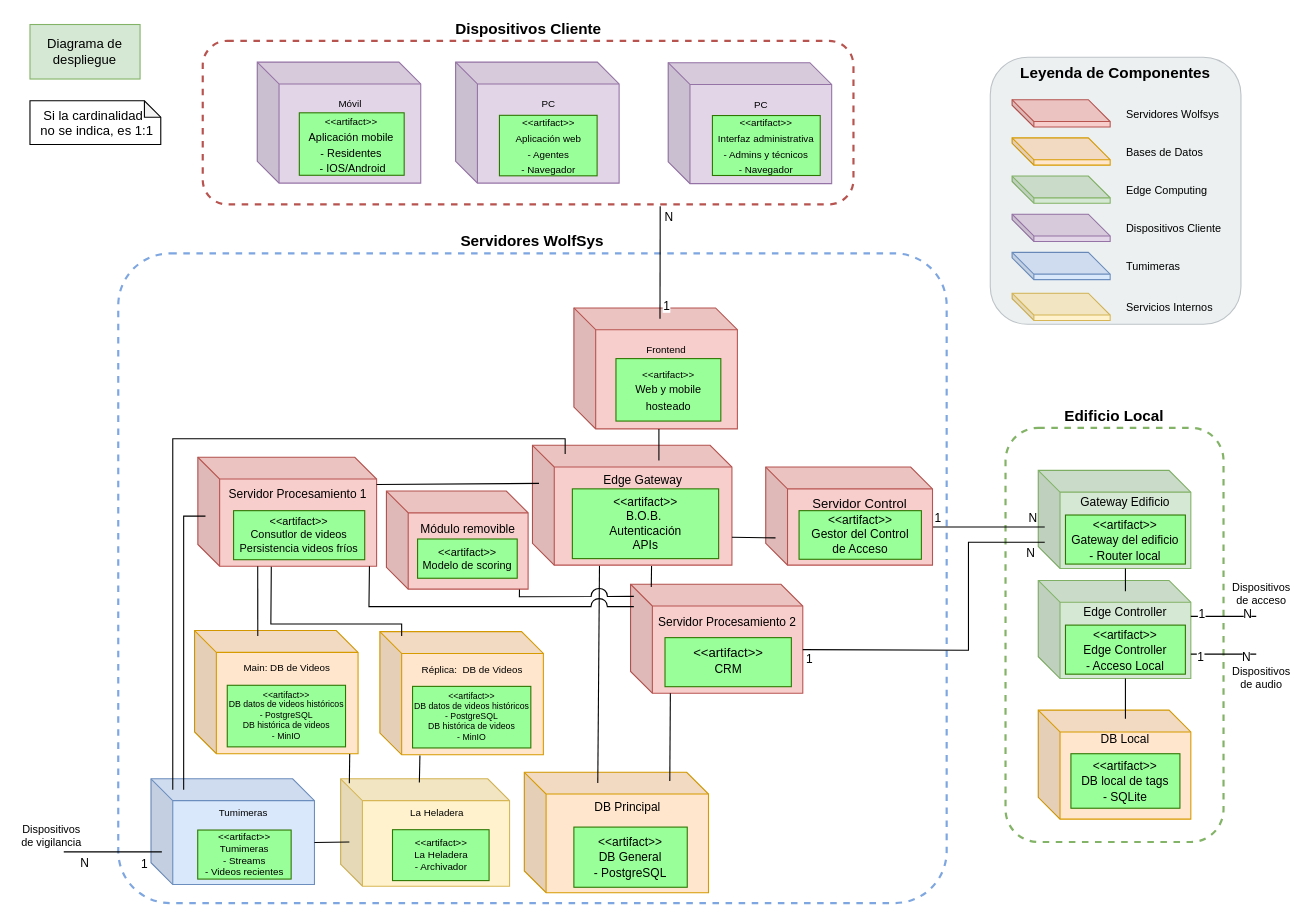
Before: Documentación de la arquitectura/Diagramas/Editables-drawio/Diagrama-de-despliegue.drawio in LIMoreno04/Caso-de-estudio---WolfSys---Arquitectura, a draw.io diagram. Source tidied: cells renumbered, new cells numbered last; positions are measured from the earlier drawing's top-left corner, leaving out a move shared by most shapes. Both pictures are drawn from the tidied source at 109%, with x=0, y=0 at pixel (19, 24).
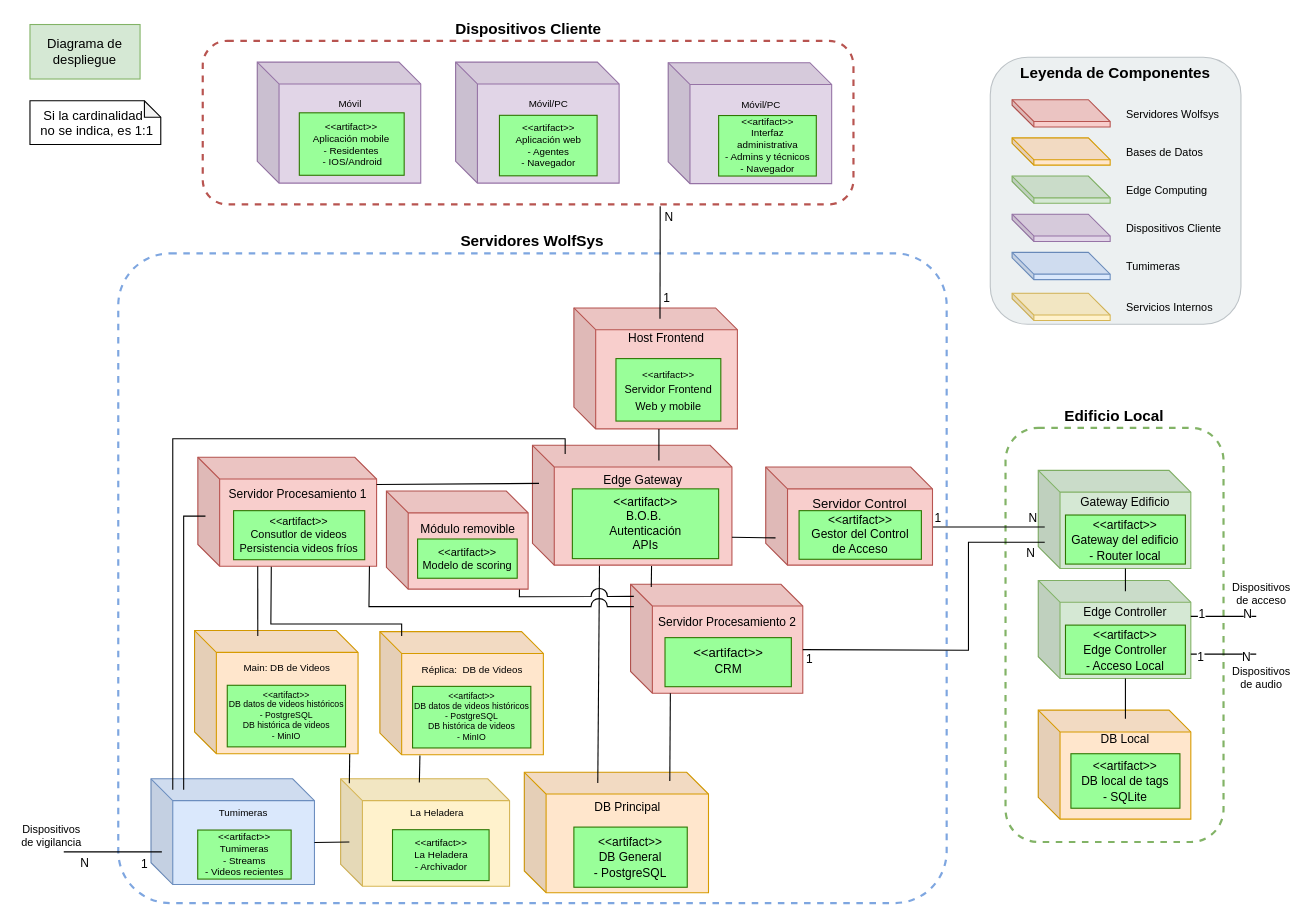
After the change.

Unchanged cells that the change refers to:
```xml
<mxCell id="68" style="group;verticalAlign=bottom;labelPosition=center;verticalLabelPosition=top;align=center;" parent="1" vertex="1">
  <mxGeometry x="218.5" y="34.5" width="150" height="111" as="geometry" />
</mxCell>
<mxCell id="92" style="group;verticalAlign=bottom;labelPosition=center;verticalLabelPosition=top;align=center;" parent="1" vertex="1">
  <mxGeometry x="400.5" y="34.5" width="150" height="111" as="geometry" />
</mxCell>
<mxCell id="95" style="group;verticalAlign=bottom;labelPosition=center;verticalLabelPosition=top;align=center;" parent="1" vertex="1">
  <mxGeometry x="595.5" y="35" width="150" height="111" as="geometry" />
</mxCell>
<mxCell id="98" style="group;verticalAlign=bottom;labelPosition=center;verticalLabelPosition=top;align=center;" parent="1" vertex="1">
  <mxGeometry x="509" y="260" width="150" height="111" as="geometry" />
</mxCell>
<mxCell id="101" style="endArrow=none;html=1;rounded=0;entryX=0.703;entryY=1.011;entryDx=0;entryDy=0;entryPerimeter=0;" parent="1" edge="1" target="7">
  <mxGeometry relative="1" as="geometry">
    <mxPoint x="588" y="270" as="sourcePoint" />
  </mxGeometry>
</mxCell>
```

What changed in the source:
```diff
@@
-    <mxCell id="70" value="&lt;span style=&quot;font-size: 9px;&quot;&gt;&amp;lt;&amp;lt;artifact&amp;gt;&amp;gt;&lt;/span&gt;&lt;br style=&quot;font-size: 9px;&quot;&gt;&lt;font size=&quot;1&quot;&gt;Aplicación mobile&lt;/font&gt;&lt;br style=&quot;font-size: 9px;&quot;&gt;&lt;font size=&quot;1&quot;&gt;- Residentes&lt;/font&gt;&lt;div&gt;&lt;font size=&quot;1&quot;&gt;&amp;nbsp;- IOS/Android&lt;/font&gt;&lt;/div&gt;" style="rounded=0;whiteSpace=wrap;html=1;fillColor=#99FF99;fontColor=#000000;strokeColor=#2D7600;" parent="68" vertex="1">
+    <mxCell id="70" value="&lt;font&gt;&amp;lt;&amp;lt;artifact&amp;gt;&amp;gt;&lt;br&gt;Aplicación mobile&lt;br&gt;- Residentes&lt;/font&gt;&lt;div&gt;&lt;font&gt;&amp;nbsp;- IOS/Android&lt;/font&gt;&lt;/div&gt;" style="rounded=0;whiteSpace=wrap;html=1;fillColor=#99FF99;fontColor=#000000;strokeColor=#2D7600;fontSize=9;" parent="68" vertex="1">
       <mxGeometry x="38.6" y="46.5" width="96.2" height="57.3" as="geometry" />
     </mxCell>
@@
-    <mxCell id="93" value="&lt;div&gt;PC&lt;/div&gt;&lt;div&gt;&lt;br&gt;&lt;/div&gt;&lt;div&gt;&lt;br&gt;&lt;/div&gt;&lt;div&gt;&lt;br&gt;&lt;/div&gt;&lt;div&gt;&lt;br&gt;&lt;/div&gt;&lt;div&gt;&lt;br&gt;&lt;/div&gt;" style="shape=cube;whiteSpace=wrap;html=1;boundedLbl=1;backgroundOutline=1;darkOpacity=0.05;darkOpacity2=0.1;fillColor=#e1d5e7;strokeColor=#9673a6;fontSize=9;fontStyle=0;" parent="92" vertex="1">
+    <mxCell id="93" value="&lt;div&gt;Móvil/PC&lt;/div&gt;&lt;div&gt;&lt;br&gt;&lt;/div&gt;&lt;div&gt;&lt;br&gt;&lt;/div&gt;&lt;div&gt;&lt;br&gt;&lt;/div&gt;&lt;div&gt;&lt;br&gt;&lt;/div&gt;&lt;div&gt;&lt;br&gt;&lt;/div&gt;" style="shape=cube;whiteSpace=wrap;html=1;boundedLbl=1;backgroundOutline=1;darkOpacity=0.05;darkOpacity2=0.1;fillColor=#e1d5e7;strokeColor=#9673a6;fontSize=9;fontStyle=0;" parent="92" vertex="1">
       <mxGeometry width="150" height="111" as="geometry" />
     </mxCell>
-    <mxCell id="94" value="&lt;span style=&quot;font-size: 9px;&quot;&gt;&amp;lt;&amp;lt;artifact&amp;gt;&amp;gt;&lt;/span&gt;&lt;br style=&quot;font-size: 9px;&quot;&gt;&lt;div&gt;&lt;span style=&quot;font-size: 9px;&quot;&gt;Aplicación web&lt;/span&gt;&lt;/div&gt;&lt;div&gt;&lt;span style=&quot;font-size: 9px;&quot;&gt;- Agentes&lt;/span&gt;&lt;br style=&quot;font-size: 9px;&quot;&gt;&lt;span style=&quot;font-size: 9px;&quot;&gt;- Navegador&lt;/span&gt;&lt;/div&gt;" style="rounded=0;whiteSpace=wrap;html=1;fillColor=#99FF99;fontColor=#000000;strokeColor=#2D7600;" parent="92" vertex="1">
+    <mxCell id="94" value="&lt;font&gt;&amp;lt;&amp;lt;artifact&amp;gt;&amp;gt;&lt;br&gt;&lt;/font&gt;&lt;div&gt;&lt;font&gt;Aplicación web&lt;/font&gt;&lt;/div&gt;&lt;div&gt;&lt;font&gt;- Agentes&lt;br&gt;- Navegador&lt;/font&gt;&lt;/div&gt;" style="rounded=0;whiteSpace=wrap;html=1;fillColor=#99FF99;fontColor=#000000;strokeColor=#2D7600;fontSize=9;" parent="92" vertex="1">
       <mxGeometry x="40.2" y="48.8" width="89.6" height="55.5" as="geometry" />
     </mxCell>
@@
-    <mxCell id="96" value="&lt;div&gt;PC&lt;/div&gt;&lt;div&gt;&lt;br&gt;&lt;/div&gt;&lt;div&gt;&lt;br&gt;&lt;/div&gt;&lt;div&gt;&lt;br&gt;&lt;/div&gt;&lt;div&gt;&lt;br&gt;&lt;/div&gt;&lt;div&gt;&lt;br&gt;&lt;/div&gt;" style="shape=cube;whiteSpace=wrap;html=1;boundedLbl=1;backgroundOutline=1;darkOpacity=0.05;darkOpacity2=0.1;fillColor=#e1d5e7;strokeColor=#9673a6;fontSize=9;fontStyle=0;" parent="95" vertex="1">
+    <mxCell id="96" value="&lt;div&gt;Móvil/PC&lt;/div&gt;&lt;div&gt;&lt;br&gt;&lt;/div&gt;&lt;div&gt;&lt;br&gt;&lt;/div&gt;&lt;div&gt;&lt;br&gt;&lt;/div&gt;&lt;div&gt;&lt;br&gt;&lt;/div&gt;&lt;div&gt;&lt;br&gt;&lt;/div&gt;" style="shape=cube;whiteSpace=wrap;html=1;boundedLbl=1;backgroundOutline=1;darkOpacity=0.05;darkOpacity2=0.1;fillColor=#e1d5e7;strokeColor=#9673a6;fontSize=9;fontStyle=0;" parent="95" vertex="1">
       <mxGeometry width="150" height="111" as="geometry" />
     </mxCell>
-    <mxCell id="97" value="&lt;span style=&quot;font-size: 9px;&quot;&gt;&amp;lt;&amp;lt;artifact&amp;gt;&amp;gt;&lt;/span&gt;&lt;br style=&quot;font-size: 9px;&quot;&gt;&lt;span style=&quot;font-size: 9px;&quot;&gt;Interfaz administrativa&lt;/span&gt;&lt;br style=&quot;font-size: 9px;&quot;&gt;&lt;span style=&quot;font-size: 9px;&quot;&gt;- Admins y técnicos&lt;/span&gt;&lt;div&gt;&lt;span style=&quot;font-size: 9px;&quot;&gt;- Navegador&lt;/span&gt;&lt;/div&gt;" style="rounded=0;whiteSpace=wrap;html=1;fillColor=#99FF99;fontColor=#000000;strokeColor=#2D7600;" parent="95" vertex="1">
-      <mxGeometry x="40.6" y="48.5" width="98.9" height="55" as="geometry" />
+    <mxCell id="97" value="&lt;font&gt;&amp;lt;&amp;lt;artifact&amp;gt;&amp;gt;&lt;br&gt;&lt;/font&gt;&lt;div&gt;&lt;font&gt;Interfaz administrativa&lt;/font&gt;&lt;/div&gt;&lt;div&gt;&lt;font&gt;- Admins y técnicos&lt;br&gt;- Navegador&lt;/font&gt;&lt;/div&gt;" style="rounded=0;whiteSpace=wrap;html=1;fillColor=#99FF99;fontColor=#000000;strokeColor=#2D7600;fontSize=9;" parent="95" vertex="1">
+      <mxGeometry x="46.3" y="48.5" width="89.6" height="55.5" as="geometry" />
     </mxCell>
@@
-    <mxCell id="99" value="Frontend&lt;br&gt;&lt;div&gt;&lt;br&gt;&lt;/div&gt;&lt;div&gt;&lt;br&gt;&lt;/div&gt;&lt;div&gt;&lt;br&gt;&lt;/div&gt;&lt;div&gt;&lt;br&gt;&lt;/div&gt;&lt;div&gt;&lt;br&gt;&lt;/div&gt;" style="shape=cube;whiteSpace=wrap;html=1;boundedLbl=1;backgroundOutline=1;darkOpacity=0.05;darkOpacity2=0.1;fillColor=#f8cecc;strokeColor=#b85450;fontSize=9;fontStyle=0;" parent="98" vertex="1">
+    <mxCell id="99" value="&lt;font style=&quot;font-size: 11px;&quot;&gt;Host Frontend&lt;/font&gt;&lt;div&gt;&lt;font style=&quot;font-size: 11px;&quot;&gt;&lt;br&gt;&lt;/font&gt;&lt;div&gt;&lt;font style=&quot;font-size: 11px;&quot;&gt;&lt;br&gt;&lt;/font&gt;&lt;/div&gt;&lt;div&gt;&lt;font style=&quot;font-size: 11px;&quot;&gt;&lt;br&gt;&lt;/font&gt;&lt;/div&gt;&lt;div&gt;&lt;font style=&quot;font-size: 11px;&quot;&gt;&lt;br&gt;&lt;/font&gt;&lt;/div&gt;&lt;div&gt;&lt;font style=&quot;font-size: 11px;&quot;&gt;&lt;br&gt;&lt;/font&gt;&lt;/div&gt;&lt;div&gt;&lt;br&gt;&lt;/div&gt;&lt;/div&gt;" style="shape=cube;whiteSpace=wrap;html=1;boundedLbl=1;backgroundOutline=1;darkOpacity=0.05;darkOpacity2=0.1;fillColor=#f8cecc;strokeColor=#b85450;fontSize=9;fontStyle=0;" parent="98" vertex="1">
       <mxGeometry width="150" height="111" as="geometry" />
     </mxCell>
-    <mxCell id="100" value="&lt;span style=&quot;font-size: 9px;&quot;&gt;&amp;lt;&amp;lt;artifact&amp;gt;&amp;gt;&lt;/span&gt;&lt;br style=&quot;font-size: 9px;&quot;&gt;&lt;font size=&quot;1&quot;&gt;Web y mobile hosteado&lt;/font&gt;" style="rounded=0;whiteSpace=wrap;html=1;fillColor=#99FF99;fontColor=#000000;strokeColor=#2D7600;" parent="98" vertex="1">
+    <mxCell id="100" value="&lt;span style=&quot;font-size: 9px;&quot;&gt;&amp;lt;&amp;lt;artifact&amp;gt;&amp;gt;&lt;/span&gt;&lt;br style=&quot;font-size: 9px;&quot;&gt;&lt;span style=&quot;font-size: x-small;&quot;&gt;Servidor&amp;nbsp;&lt;/span&gt;&lt;font size=&quot;1&quot;&gt;Frontend Web y mobile&lt;/font&gt;" style="rounded=0;whiteSpace=wrap;html=1;fillColor=#99FF99;fontColor=#000000;strokeColor=#2D7600;" parent="98" vertex="1">
       <mxGeometry x="38.6" y="46.5" width="96.2" height="57.3" as="geometry" />
     </mxCell>
@@
     <mxCell id="102" value="1" style="edgeLabel;html=1;align=center;verticalAlign=middle;" parent="101" vertex="1">
       <mxGeometry x="-0.8" relative="1" as="geometry">
-        <mxPoint x="5" y="-3" as="offset" />
+        <mxPoint x="5" y="-10" as="offset" />
       </mxGeometry>
     </mxCell>
```
